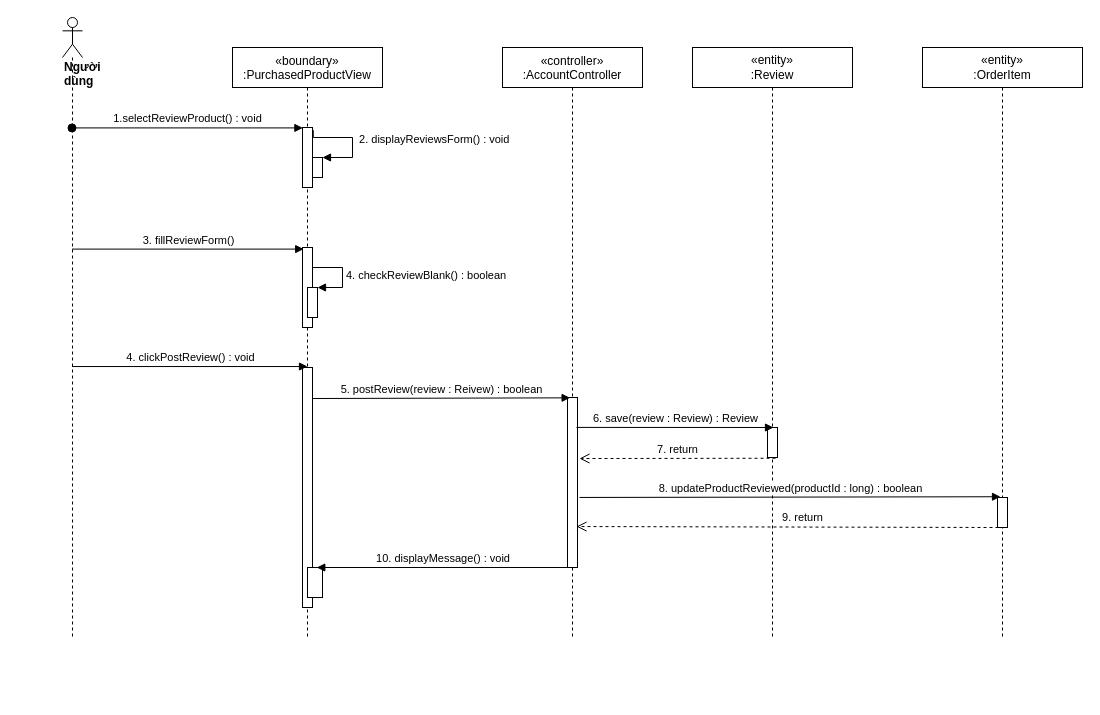
nguyenphamvan/datn_20202 keeps this draw.io diagram as sequence diagram/reviews-product-sequence.drawio. Above is the earlier version. Source tidied: cells renumbered, new cells numbered last; positions are measured from the earlier drawing's top-left corner, leaving out a move shared by most shapes. Both pictures are drawn from the tidied source at 100%, with x=0, y=0 at pixel (62, 17).
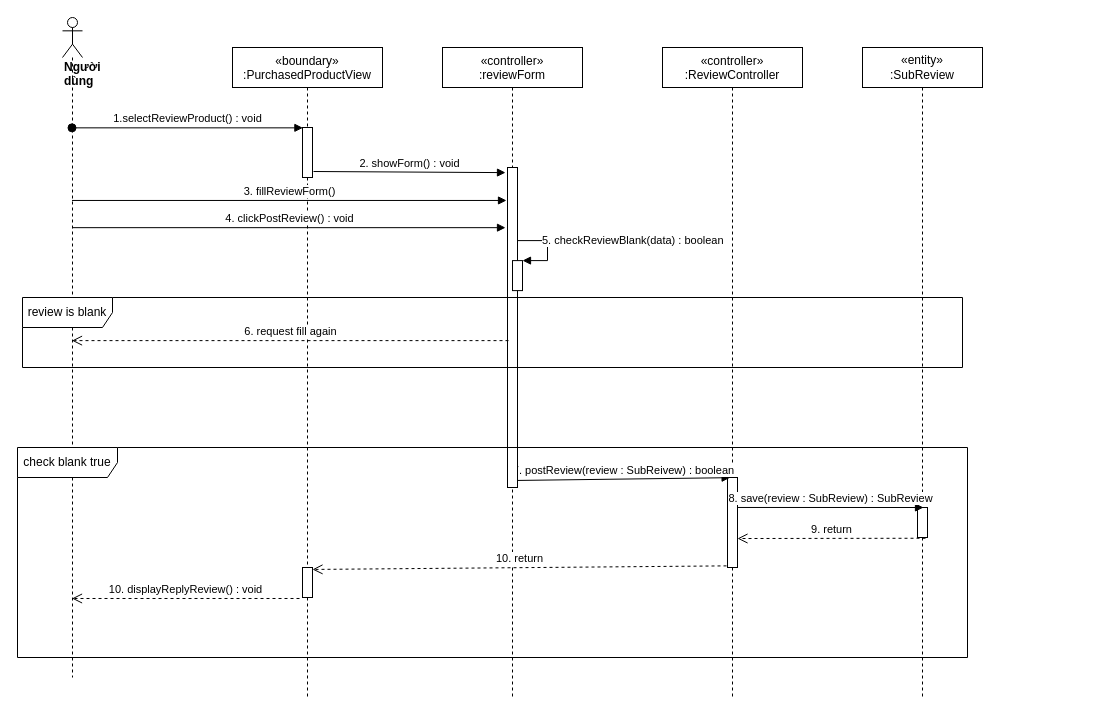
The same diagram, later.

Diff of the diagram source:
```diff
@@
     <mxCell id="2" value="«boundary»&#10;:PurchasedProductView" style="shape=umlLifeline;perimeter=lifelinePerimeter;rounded=0;shadow=0;strokeWidth=1;" parent="1" vertex="1">
-      <mxGeometry x="170" y="30" width="150" height="590" as="geometry" />
+      <mxGeometry x="170" y="30" width="150" height="650" as="geometry" />
     </mxCell>
-    <mxCell id="3" style="html=1;points=[];perimeter=orthogonalPerimeter;" parent="2" vertex="1">
-      <mxGeometry x="70" y="80" width="10" height="60" as="geometry" />
-    </mxCell>
-    <mxCell id="4" style="html=1;points=[];perimeter=orthogonalPerimeter;" parent="2" vertex="1">
-      <mxGeometry x="80" y="110" width="10" height="20" as="geometry" />
-    </mxCell>
-    <mxCell id="5" value="&amp;nbsp;2. displayReviewsForm() : void" style="edgeStyle=orthogonalEdgeStyle;html=1;align=left;spacingLeft=2;endArrow=block;rounded=0;entryX=1;entryY=0;exitX=1.08;exitY=0.045;exitDx=0;exitDy=0;exitPerimeter=0;" parent="2" edge="1" source="3" target="4">
-      <mxGeometry relative="1" as="geometry">
-        <Array as="points">
-          <mxPoint x="120" y="90" />
-          <mxPoint x="120" y="110" />
-        </Array>
-      </mxGeometry>
-    </mxCell>
-    <mxCell id="6" style="html=1;points=[];perimeter=orthogonalPerimeter;" parent="2" vertex="1">
-      <mxGeometry x="70" y="200" width="10" height="80" as="geometry" />
-    </mxCell>
-    <mxCell id="7" style="html=1;points=[];perimeter=orthogonalPerimeter;" parent="2" vertex="1">
-      <mxGeometry x="70" y="320" width="10" height="240" as="geometry" />
-    </mxCell>
-    <mxCell id="8" style="html=1;points=[];perimeter=orthogonalPerimeter;" parent="2" vertex="1">
-      <mxGeometry x="75" y="520" width="15" height="30" as="geometry" />
-    </mxCell>
-    <mxCell id="9" style="html=1;points=[];perimeter=orthogonalPerimeter;" parent="2" vertex="1">
-      <mxGeometry x="75" y="240" width="10" height="30" as="geometry" />
-    </mxCell>
-    <mxCell id="10" value="4. checkReviewBlank() : boolean" style="edgeStyle=orthogonalEdgeStyle;html=1;align=left;spacingLeft=2;endArrow=block;rounded=0;entryX=1;entryY=0;" parent="2" edge="1" target="9">
-      <mxGeometry relative="1" as="geometry">
-        <mxPoint x="80" y="220" as="sourcePoint" />
-        <Array as="points">
-          <mxPoint x="110" y="220" />
-          <mxPoint x="110" y="240" />
-        </Array>
-      </mxGeometry>
-    </mxCell>
-    <mxCell id="11" value="«controller»&#10;:AccountController" style="shape=umlLifeline;perimeter=lifelinePerimeter;rounded=0;shadow=0;strokeWidth=1;size=40;" parent="1" vertex="1">
-      <mxGeometry x="440" y="30" width="140" height="590" as="geometry" />
-    </mxCell>
-    <mxCell id="12" style="points=[];perimeter=orthogonalPerimeter;rounded=0;shadow=0;strokeWidth=1;" parent="11" vertex="1">
-      <mxGeometry x="65" y="350" width="10" height="170" as="geometry" />
-    </mxCell>
+    <mxCell id="27" style="html=1;points=[];perimeter=orthogonalPerimeter;" parent="2" vertex="1">
+      <mxGeometry x="70" y="80" width="10" height="50" as="geometry" />
+    </mxCell>
+    <mxCell id="28" value="«controller»&#10;:ReviewController" style="shape=umlLifeline;perimeter=lifelinePerimeter;rounded=0;shadow=0;strokeWidth=1;size=40;" parent="1" vertex="1">
+      <mxGeometry x="600" y="30" width="140" height="650" as="geometry" />
+    </mxCell>
+    <mxCell id="29" style="points=[];perimeter=orthogonalPerimeter;rounded=0;shadow=0;strokeWidth=1;" parent="28" vertex="1">
+      <mxGeometry x="65" y="430" width="10" height="90" as="geometry" />
+    </mxCell>
     <mxCell id="13" value="&lt;div&gt;&lt;b&gt;Người dùng&lt;/b&gt;&lt;/div&gt;" style="shape=umlLifeline;participant=umlActor;perimeter=lifelinePerimeter;whiteSpace=wrap;html=1;verticalAlign=top;spacingTop=36;outlineConnect=0;align=left;" parent="1" vertex="1">
-      <mxGeometry width="20" height="620" as="geometry" />
+      <mxGeometry width="20" height="660" as="geometry" />
     </mxCell>
-    <mxCell id="14" value="1.selectReviewProduct() : void" style="html=1;verticalAlign=bottom;startArrow=oval;startFill=1;endArrow=block;startSize=8;entryX=0.04;entryY=0.007;entryDx=0;entryDy=0;entryPerimeter=0;" parent="1" edge="1" source="13" target="3">
+    <mxCell id="14" value="1.selectReviewProduct() : void" style="html=1;verticalAlign=bottom;startArrow=oval;startFill=1;endArrow=block;startSize=8;entryX=0.04;entryY=0.007;entryDx=0;entryDy=0;entryPerimeter=0;" parent="1" edge="1" source="13" target="27">
       <mxGeometry relative="1" as="geometry" />
     </mxCell>
-    <mxCell id="15" value="&lt;span&gt;«entity»&lt;br&gt;&lt;/span&gt;:Review" style="shape=umlLifeline;perimeter=lifelinePerimeter;whiteSpace=wrap;html=1;" parent="1" vertex="1">
-      <mxGeometry x="630" y="30" width="160" height="590" as="geometry" />
-    </mxCell>
-    <mxCell id="16" style="points=[];perimeter=orthogonalPerimeter;rounded=0;shadow=0;strokeWidth=1;" parent="15" vertex="1">
-      <mxGeometry x="75" y="380" width="10" height="30" as="geometry" />
-    </mxCell>
-    <mxCell id="17" value="6. save(review : Review) : Review" style="html=1;verticalAlign=bottom;endArrow=block;entryX=0.6;entryY=0;entryDx=0;entryDy=0;entryPerimeter=0;exitX=0.9;exitY=0.176;exitDx=0;exitDy=0;exitPerimeter=0;" parent="1" edge="1" source="12" target="16">
-      <mxGeometry relative="1" as="geometry" />
-    </mxCell>
-    <mxCell id="18" value="7. return" style="html=1;verticalAlign=bottom;endArrow=open;dashed=1;endSize=8;exitX=0.8;exitY=1.025;exitDx=0;exitDy=0;exitPerimeter=0;entryX=1.2;entryY=0.359;entryDx=0;entryDy=0;entryPerimeter=0;" parent="1" edge="1" source="16" target="12">
-      <mxGeometry relative="1" as="geometry" />
-    </mxCell>
+    <mxCell id="30" value="&lt;span&gt;«entity»&lt;br&gt;&lt;/span&gt;:SubReview" style="shape=umlLifeline;perimeter=lifelinePerimeter;whiteSpace=wrap;html=1;" parent="1" vertex="1">
+      <mxGeometry x="800" y="30" width="120" height="650" as="geometry" />
+    </mxCell>
+    <mxCell id="31" style="points=[];perimeter=orthogonalPerimeter;rounded=0;shadow=0;strokeWidth=1;" parent="30" vertex="1">
+      <mxGeometry x="55" y="460" width="10" height="30" as="geometry" />
+    </mxCell>
+    <mxCell id="32" value="8. save(review : SubReview) : SubReview" style="html=1;verticalAlign=bottom;endArrow=block;entryX=0.6;entryY=0;entryDx=0;entryDy=0;entryPerimeter=0;exitX=1;exitY=0.333;exitDx=0;exitDy=0;exitPerimeter=0;" parent="1" edge="1" source="29" target="31">
+      <mxGeometry relative="1" as="geometry" />
+    </mxCell>
+    <mxCell id="26" value="9. return" style="html=1;verticalAlign=bottom;endArrow=open;dashed=1;endSize=8;exitX=0.8;exitY=1.025;exitDx=0;exitDy=0;exitPerimeter=0;entryX=1;entryY=0.678;entryDx=0;entryDy=0;entryPerimeter=0;" parent="1" edge="1" source="31" target="29">
+      <mxGeometry relative="1" as="geometry" />
+    </mxCell>
-    <mxCell id="19" value="3. fillReviewForm()" style="html=1;verticalAlign=bottom;endArrow=block;entryX=0.12;entryY=0.02;entryDx=0;entryDy=0;entryPerimeter=0;" parent="1" edge="1" source="13" target="6">
+    <mxCell id="19" value="3. fillReviewForm()" style="html=1;verticalAlign=bottom;endArrow=block;entryX=-0.1;entryY=0.103;entryDx=0;entryDy=0;entryPerimeter=0;" parent="1" edge="1" source="13" target="36">
       <mxGeometry relative="1" as="geometry" />
     </mxCell>
-    <mxCell id="20" value="5. postReview(review : Reivew) : boolean" style="html=1;verticalAlign=bottom;endArrow=block;entryX=0.26;entryY=0.002;entryDx=0;entryDy=0;entryPerimeter=0;" parent="1" edge="1" target="12">
-      <mxGeometry relative="1" as="geometry">
-        <mxPoint x="250" y="381" as="sourcePoint" />
-      </mxGeometry>
-    </mxCell>
+    <mxCell id="33" value="7. postReview(review : SubReivew) : boolean" style="html=1;verticalAlign=bottom;endArrow=block;entryX=0.26;entryY=0.002;entryDx=0;entryDy=0;entryPerimeter=0;exitX=0.9;exitY=0.978;exitDx=0;exitDy=0;exitPerimeter=0;" parent="1" edge="1" source="36" target="29">
+      <mxGeometry relative="1" as="geometry" />
+    </mxCell>
-    <mxCell id="21" value="4. clickPostReview() : void" style="html=1;verticalAlign=bottom;endArrow=block;entryX=0.5;entryY=-0.004;entryDx=0;entryDy=0;entryPerimeter=0;" parent="1" edge="1" source="13" target="7">
+    <mxCell id="21" value="4. clickPostReview() : void" style="html=1;verticalAlign=bottom;endArrow=block;entryX=-0.2;entryY=0.188;entryDx=0;entryDy=0;entryPerimeter=0;" parent="1" edge="1" source="13" target="36">
       <mxGeometry relative="1" as="geometry" />
     </mxCell>
-    <mxCell id="22" value="10. displayMessage() : void" style="verticalAlign=bottom;endArrow=block;shadow=0;strokeWidth=1;exitX=0.3;exitY=1;exitDx=0;exitDy=0;exitPerimeter=0;entryX=0.62;entryY=0;entryDx=0;entryDy=0;entryPerimeter=0;" parent="1" edge="1" source="12" target="8">
-      <mxGeometry relative="1" as="geometry" />
-    </mxCell>
-    <mxCell id="23" value="&lt;span&gt;«entity»&lt;br&gt;&lt;/span&gt;:OrderItem" style="shape=umlLifeline;perimeter=lifelinePerimeter;whiteSpace=wrap;html=1;" parent="1" vertex="1">
-      <mxGeometry x="860" y="30" width="160" height="590" as="geometry" />
-    </mxCell>
-    <mxCell id="24" style="points=[];perimeter=orthogonalPerimeter;rounded=0;shadow=0;strokeWidth=1;" parent="23" vertex="1">
-      <mxGeometry x="75" y="450" width="10" height="30" as="geometry" />
-    </mxCell>
-    <mxCell id="25" value="8. updateProductReviewed(productId : long) : boolean" style="html=1;verticalAlign=bottom;endArrow=block;exitX=1.2;exitY=0.588;exitDx=0;exitDy=0;exitPerimeter=0;entryX=0.3;entryY=-0.025;entryDx=0;entryDy=0;entryPerimeter=0;" parent="1" edge="1" source="12" target="24">
-      <mxGeometry relative="1" as="geometry" />
-    </mxCell>
-    <mxCell id="26" value="9. return" style="html=1;verticalAlign=bottom;endArrow=open;dashed=1;endSize=8;exitX=0.1;exitY=1;exitDx=0;exitDy=0;exitPerimeter=0;entryX=0.9;entryY=0.759;entryDx=0;entryDy=0;entryPerimeter=0;" parent="1" edge="1" source="24" target="12">
-      <mxGeometry x="-0.07" y="-1" relative="1" as="geometry" />
-    </mxCell>
+    <mxCell id="34" value="«controller»&#10;:reviewForm" style="shape=umlLifeline;perimeter=lifelinePerimeter;rounded=0;shadow=0;strokeWidth=1;size=40;" parent="1" vertex="1">
+      <mxGeometry x="380" y="30" width="140" height="650" as="geometry" />
+    </mxCell>
+    <mxCell id="35" value="2. showForm() : void" style="html=1;verticalAlign=bottom;endArrow=block;exitX=1.1;exitY=0.88;exitDx=0;exitDy=0;exitPerimeter=0;entryX=-0.2;entryY=0.016;entryDx=0;entryDy=0;entryPerimeter=0;" parent="1" edge="1" source="27" target="36">
+      <mxGeometry relative="1" as="geometry" />
+    </mxCell>
+    <mxCell id="36" style="html=1;points=[];perimeter=orthogonalPerimeter;" parent="1" vertex="1">
+      <mxGeometry x="445" y="150" width="10" height="320" as="geometry" />
+    </mxCell>
+    <mxCell id="37" style="html=1;points=[];perimeter=orthogonalPerimeter;" parent="1" vertex="1">
+      <mxGeometry x="450" y="243.1" width="10" height="30" as="geometry" />
+    </mxCell>
+    <mxCell id="38" value="5. checkReviewBlank(data) : boolean" style="edgeStyle=orthogonalEdgeStyle;html=1;align=left;spacingLeft=2;endArrow=block;rounded=0;entryX=1;entryY=0;exitX=1;exitY=0.209;exitDx=0;exitDy=0;exitPerimeter=0;" parent="1" edge="1" target="37">
+      <mxGeometry relative="1" as="geometry">
+        <mxPoint x="455" y="190" as="sourcePoint" />
+        <Array as="points">
+          <mxPoint x="485" y="223.1" />
+          <mxPoint x="485" y="243.1" />
+        </Array>
+      </mxGeometry>
+    </mxCell>
+    <mxCell id="39" value="6. request fill again" style="html=1;verticalAlign=bottom;endArrow=open;dashed=1;endSize=8;exitX=0.1;exitY=0.541;exitDx=0;exitDy=0;exitPerimeter=0;" parent="1" edge="1" source="36" target="13">
+      <mxGeometry relative="1" as="geometry" />
+    </mxCell>
+    <mxCell id="40" value="review is blank" style="shape=umlFrame;whiteSpace=wrap;html=1;width=90;height=30;" parent="1" vertex="1">
+      <mxGeometry x="-40" y="280" width="940" height="70" as="geometry" />
+    </mxCell>
+    <mxCell id="41" value="10. return" style="html=1;verticalAlign=bottom;endArrow=open;dashed=1;endSize=8;exitX=-0.1;exitY=0.982;exitDx=0;exitDy=0;exitPerimeter=0;entryX=1;entryY=0.065;entryDx=0;entryDy=0;entryPerimeter=0;" parent="1" edge="1" source="29" target="43">
+      <mxGeometry relative="1" as="geometry" />
+    </mxCell>
+    <mxCell id="42" value="&lt;span style=&quot;color: rgb(0 , 0 , 0) ; font-family: &amp;#34;helvetica&amp;#34; ; font-size: 11px ; font-style: normal ; font-weight: 400 ; letter-spacing: normal ; text-align: center ; text-indent: 0px ; text-transform: none ; word-spacing: 0px ; background-color: rgb(255 , 255 , 255) ; display: inline ; float: none&quot;&gt;10. displayReplyReview() : void&lt;/span&gt;" style="html=1;verticalAlign=bottom;endArrow=open;dashed=1;endSize=8;exitX=-0.3;exitY=1.033;exitDx=0;exitDy=0;exitPerimeter=0;" parent="1" edge="1" source="43" target="13">
+      <mxGeometry relative="1" as="geometry" />
+    </mxCell>
+    <mxCell id="43" style="html=1;points=[];perimeter=orthogonalPerimeter;" parent="1" vertex="1">
+      <mxGeometry x="240" y="550" width="10" height="30" as="geometry" />
+    </mxCell>
+    <mxCell id="44" value="check blank true" style="shape=umlFrame;whiteSpace=wrap;html=1;width=100;height=30;" parent="1" vertex="1">
+      <mxGeometry x="-45" y="430" width="950" height="210" as="geometry" />
+    </mxCell>
```
